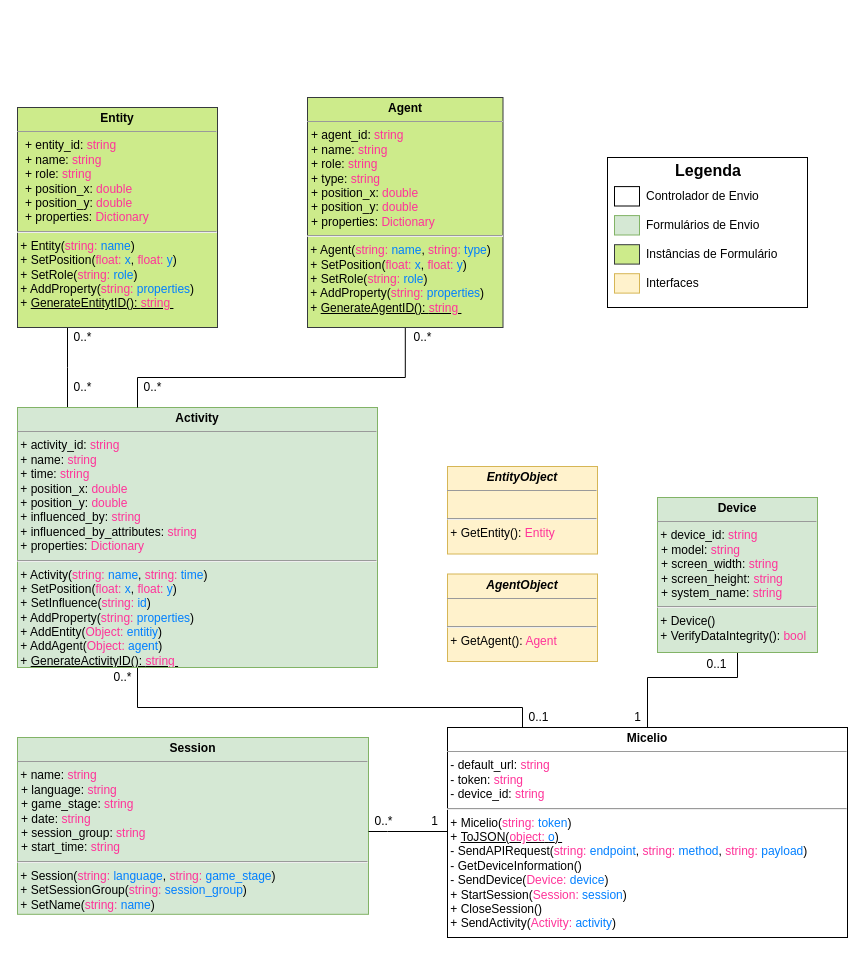
Above: page "MicelioUnity Class Model" (5 of 6) of Documentation/Diagramas/Modelo De Dados Proveniencia.drawio in multisens/micelio (draw.io), before the change. Source tidied: cells renumbered, new cells numbered last; positions are measured from the earlier drawing's top-left corner, leaving out a move shared by most shapes. Both pictures are drawn from the tidied source at 100%, with x=0, y=0 at pixel (17, 17).
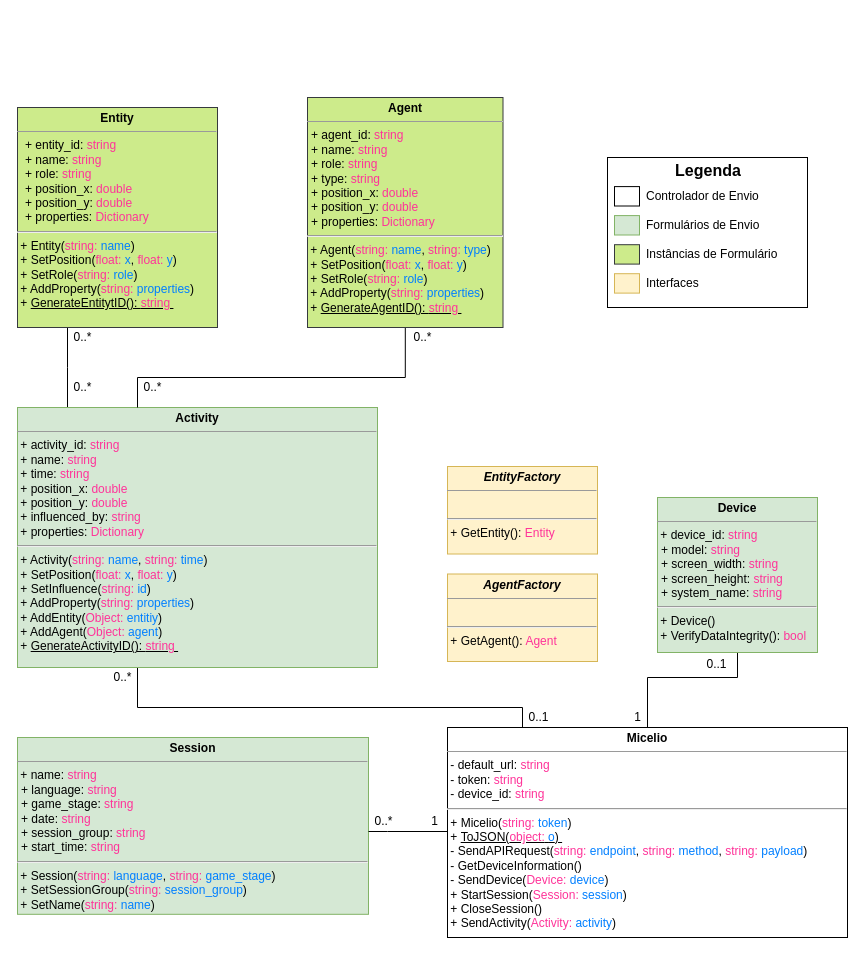
The same page after the edit.

What changed in the source:
```diff
@@
-    <mxCell id="5" value="&lt;p style=&quot;margin: 0px ; margin-top: 4px ; text-align: center&quot;&gt;&lt;b&gt;Activity&lt;/b&gt;&lt;/p&gt;&lt;hr size=&quot;1&quot;&gt;&amp;nbsp;+ activity_id: &lt;font color=&quot;#ff3399&quot;&gt;string&lt;/font&gt;&lt;br&gt;&amp;nbsp;+ name: &lt;font color=&quot;#ff3399&quot;&gt;string&lt;/font&gt;&lt;br&gt;&amp;nbsp;+ time: &lt;font color=&quot;#ff3399&quot;&gt;string&lt;/font&gt;&lt;br&gt;&amp;nbsp;+ position_x: &lt;font color=&quot;#ff3399&quot;&gt;double&lt;/font&gt;&lt;br&gt;&amp;nbsp;+ position_y: &lt;font color=&quot;#ff3399&quot;&gt;double&lt;/font&gt;&lt;br&gt;&amp;nbsp;+ influenced_by: &lt;font color=&quot;#ff3399&quot;&gt;string&lt;/font&gt;&lt;br&gt;&amp;nbsp;+ influenced_by_attributes: &lt;font color=&quot;#ff3399&quot;&gt;string&lt;br&gt;&lt;/font&gt;&lt;span&gt;&amp;nbsp;+ properties:&amp;nbsp;&lt;/span&gt;&lt;font color=&quot;#ff3399&quot;&gt;Dictionary&lt;/font&gt;&lt;font color=&quot;#ff3399&quot;&gt;&lt;br&gt;&lt;/font&gt;&lt;hr&gt;&amp;nbsp;+ Activity(&lt;span style=&quot;color: rgb(255 , 51 , 153)&quot;&gt;string:&amp;nbsp;&lt;/span&gt;&lt;font color=&quot;#007fff&quot;&gt;name&lt;/font&gt;,&amp;nbsp;&lt;span style=&quot;color: rgb(255 , 51 , 153)&quot;&gt;string:&amp;nbsp;&lt;/span&gt;&lt;font color=&quot;#007fff&quot;&gt;time&lt;/font&gt;)&lt;br&gt;&amp;nbsp;+ SetPosition(&lt;span style=&quot;color: rgb(255 , 51 , 153)&quot;&gt;float:&amp;nbsp;&lt;/span&gt;&lt;font color=&quot;#007fff&quot;&gt;x&lt;/font&gt;,&amp;nbsp;&lt;span style=&quot;color: rgb(255 , 51 , 153)&quot;&gt;float:&amp;nbsp;&lt;/span&gt;&lt;font color=&quot;#007fff&quot;&gt;y&lt;/font&gt;)&lt;br&gt;&amp;nbsp;+ SetInfluence(&lt;span style=&quot;color: rgb(255 , 51 , 153)&quot;&gt;string:&amp;nbsp;&lt;/span&gt;&lt;font color=&quot;#007fff&quot;&gt;id&lt;/font&gt;)&lt;br&gt;&amp;nbsp;+ AddProperty(&lt;span style=&quot;color: rgb(255 , 51 , 153)&quot;&gt;string: &lt;/span&gt;&lt;font color=&quot;#007fff&quot;&gt;properties&lt;/font&gt;)&lt;br&gt;&amp;nbsp;+ AddEntity(&lt;span style=&quot;color: rgb(255 , 51 , 153)&quot;&gt;Object: &lt;/span&gt;&lt;font color=&quot;#007fff&quot;&gt;entitiy&lt;/font&gt;)&lt;br&gt;&amp;nbsp;+ AddAgent(&lt;span style=&quot;color: rgb(255 , 51 , 153)&quot;&gt;Object:&amp;nbsp;&lt;/span&gt;&lt;font color=&quot;#007fff&quot;&gt;agent&lt;/font&gt;)&lt;br&gt;&amp;nbsp;+&amp;nbsp;&lt;u&gt;GenerateActivityID():&amp;nbsp;&lt;span style=&quot;color: rgb(255 , 51 , 153)&quot;&gt;string&amp;nbsp;&lt;/span&gt;&lt;/u&gt;" style="verticalAlign=top;align=left;overflow=fill;fontSize=12;fontFamily=Helvetica;html=1;glass=0;fillColor=#d5e8d4;strokeColor=#82b366;" parent="1" vertex="1">
+    <mxCell id="5" value="&lt;p style=&quot;margin: 0px ; margin-top: 4px ; text-align: center&quot;&gt;&lt;b&gt;Activity&lt;/b&gt;&lt;/p&gt;&lt;hr size=&quot;1&quot;&gt;&amp;nbsp;+ activity_id: &lt;font color=&quot;#ff3399&quot;&gt;string&lt;/font&gt;&lt;br&gt;&amp;nbsp;+ name: &lt;font color=&quot;#ff3399&quot;&gt;string&lt;/font&gt;&lt;br&gt;&amp;nbsp;+ time: &lt;font color=&quot;#ff3399&quot;&gt;string&lt;/font&gt;&lt;br&gt;&amp;nbsp;+ position_x: &lt;font color=&quot;#ff3399&quot;&gt;double&lt;/font&gt;&lt;br&gt;&amp;nbsp;+ position_y: &lt;font color=&quot;#ff3399&quot;&gt;double&lt;/font&gt;&lt;br&gt;&amp;nbsp;+ influenced_by: &lt;font color=&quot;#ff3399&quot;&gt;string&lt;/font&gt;&lt;br&gt;&lt;span&gt;&amp;nbsp;+ properties:&amp;nbsp;&lt;/span&gt;&lt;font color=&quot;#ff3399&quot;&gt;Dictionary&lt;/font&gt;&lt;font color=&quot;#ff3399&quot;&gt;&lt;br&gt;&lt;/font&gt;&lt;hr&gt;&amp;nbsp;+ Activity(&lt;span style=&quot;color: rgb(255 , 51 , 153)&quot;&gt;string:&amp;nbsp;&lt;/span&gt;&lt;font color=&quot;#007fff&quot;&gt;name&lt;/font&gt;,&amp;nbsp;&lt;span style=&quot;color: rgb(255 , 51 , 153)&quot;&gt;string:&amp;nbsp;&lt;/span&gt;&lt;font color=&quot;#007fff&quot;&gt;time&lt;/font&gt;)&lt;br&gt;&amp;nbsp;+ SetPosition(&lt;span style=&quot;color: rgb(255 , 51 , 153)&quot;&gt;float:&amp;nbsp;&lt;/span&gt;&lt;font color=&quot;#007fff&quot;&gt;x&lt;/font&gt;,&amp;nbsp;&lt;span style=&quot;color: rgb(255 , 51 , 153)&quot;&gt;float:&amp;nbsp;&lt;/span&gt;&lt;font color=&quot;#007fff&quot;&gt;y&lt;/font&gt;)&lt;br&gt;&amp;nbsp;+ SetInfluence(&lt;span style=&quot;color: rgb(255 , 51 , 153)&quot;&gt;string:&amp;nbsp;&lt;/span&gt;&lt;font color=&quot;#007fff&quot;&gt;id&lt;/font&gt;)&lt;br&gt;&amp;nbsp;+ AddProperty(&lt;span style=&quot;color: rgb(255 , 51 , 153)&quot;&gt;string: &lt;/span&gt;&lt;font color=&quot;#007fff&quot;&gt;properties&lt;/font&gt;)&lt;br&gt;&amp;nbsp;+ AddEntity(&lt;span style=&quot;color: rgb(255 , 51 , 153)&quot;&gt;Object: &lt;/span&gt;&lt;font color=&quot;#007fff&quot;&gt;entitiy&lt;/font&gt;)&lt;br&gt;&amp;nbsp;+ AddAgent(&lt;span style=&quot;color: rgb(255 , 51 , 153)&quot;&gt;Object:&amp;nbsp;&lt;/span&gt;&lt;font color=&quot;#007fff&quot;&gt;agent&lt;/font&gt;)&lt;br&gt;&amp;nbsp;+&amp;nbsp;&lt;u&gt;GenerateActivityID():&amp;nbsp;&lt;span style=&quot;color: rgb(255 , 51 , 153)&quot;&gt;string&amp;nbsp;&lt;/span&gt;&lt;/u&gt;" style="verticalAlign=top;align=left;overflow=fill;fontSize=12;fontFamily=Helvetica;html=1;glass=0;fillColor=#d5e8d4;strokeColor=#82b366;" parent="1" vertex="1">
       <mxGeometry y="390" width="360" height="260" as="geometry" />
     </mxCell>
@@
-    <mxCell id="37" value="&lt;p style=&quot;margin: 0px ; margin-top: 4px ; text-align: center&quot;&gt;&lt;b&gt;&lt;i&gt;EntityObject&lt;/i&gt;&lt;/b&gt;&lt;/p&gt;&lt;hr size=&quot;1&quot;&gt;&amp;nbsp;&lt;br&gt;&lt;hr&gt;&amp;nbsp;+ GetEntity(): &lt;font color=&quot;#ff3399&quot;&gt;Entity&lt;/font&gt;&lt;br&gt;&amp;nbsp;" style="verticalAlign=top;align=left;overflow=fill;fontSize=12;fontFamily=Helvetica;html=1;glass=0;fillColor=#fff2cc;strokeColor=#d6b656;" parent="1" vertex="1">
+    <mxCell id="37" value="&lt;p style=&quot;margin: 0px ; margin-top: 4px ; text-align: center&quot;&gt;&lt;b&gt;&lt;i&gt;EntityFactory&lt;/i&gt;&lt;/b&gt;&lt;/p&gt;&lt;hr size=&quot;1&quot;&gt;&amp;nbsp;&lt;br&gt;&lt;hr&gt;&amp;nbsp;+ GetEntity(): &lt;font color=&quot;#ff3399&quot;&gt;Entity&lt;/font&gt;&lt;br&gt;&amp;nbsp;" style="verticalAlign=top;align=left;overflow=fill;fontSize=12;fontFamily=Helvetica;html=1;glass=0;fillColor=#fff2cc;strokeColor=#d6b656;" parent="1" vertex="1">
       <mxGeometry x="430" y="449" width="150" height="87.5" as="geometry" />
     </mxCell>
-    <mxCell id="38" value="&lt;p style=&quot;margin: 0px ; margin-top: 4px ; text-align: center&quot;&gt;&lt;b&gt;&lt;i&gt;AgentObject&lt;/i&gt;&lt;/b&gt;&lt;/p&gt;&lt;hr size=&quot;1&quot;&gt;&amp;nbsp;&lt;br&gt;&lt;hr&gt;&amp;nbsp;+ GetAgent(): &lt;font color=&quot;#ff3399&quot;&gt;Agent&lt;/font&gt;&lt;br&gt;&amp;nbsp;" style="verticalAlign=top;align=left;overflow=fill;fontSize=12;fontFamily=Helvetica;html=1;glass=0;fillColor=#fff2cc;strokeColor=#d6b656;" parent="1" vertex="1">
+    <mxCell id="38" value="&lt;p style=&quot;margin: 0px ; margin-top: 4px ; text-align: center&quot;&gt;&lt;b&gt;&lt;i&gt;AgentFactory&lt;/i&gt;&lt;/b&gt;&lt;/p&gt;&lt;hr size=&quot;1&quot;&gt;&amp;nbsp;&lt;br&gt;&lt;hr&gt;&amp;nbsp;+ GetAgent(): &lt;font color=&quot;#ff3399&quot;&gt;Agent&lt;/font&gt;&lt;br&gt;&amp;nbsp;" style="verticalAlign=top;align=left;overflow=fill;fontSize=12;fontFamily=Helvetica;html=1;glass=0;fillColor=#fff2cc;strokeColor=#d6b656;" parent="1" vertex="1">
       <mxGeometry x="430" y="556.5" width="150" height="87.5" as="geometry" />
     </mxCell>
```
